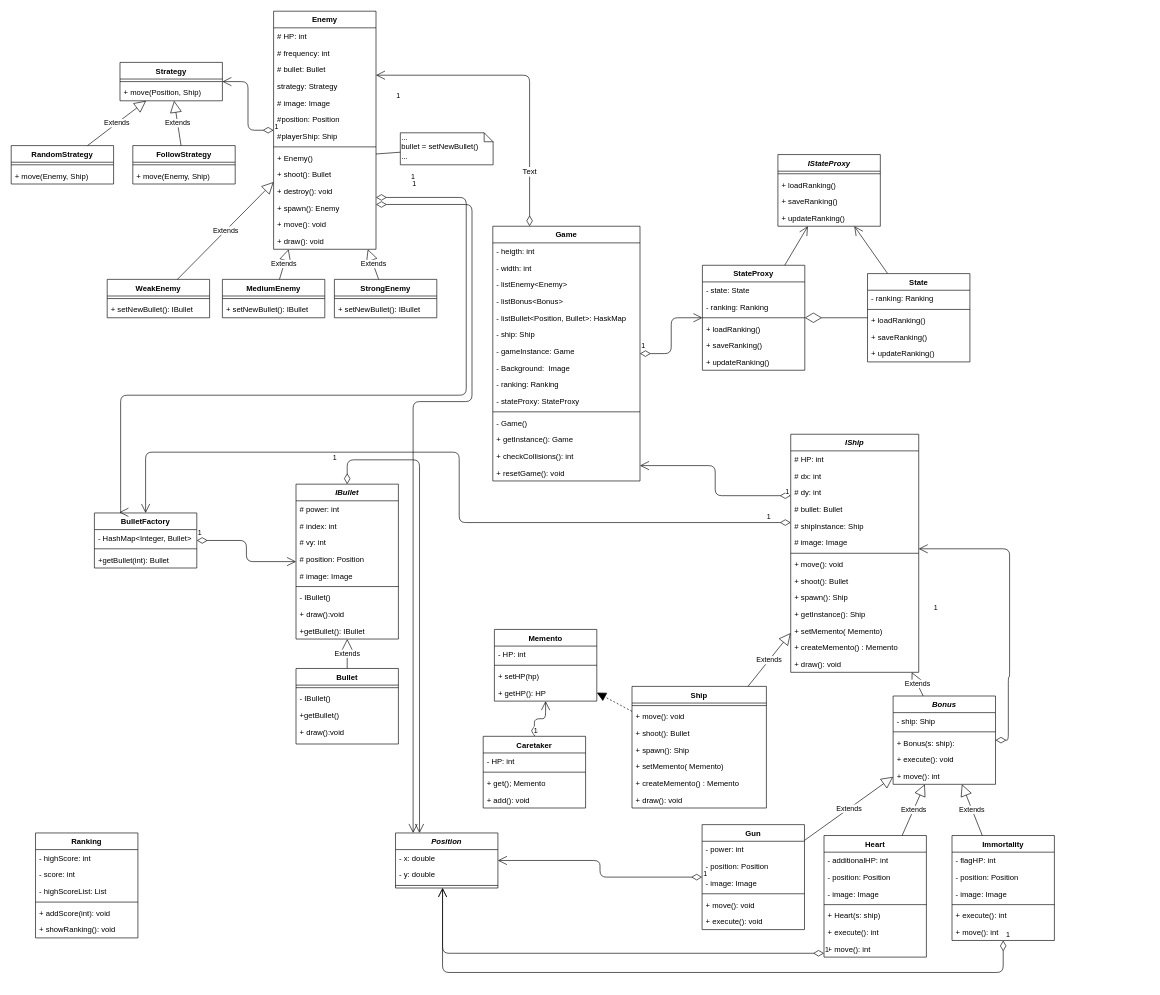
This is page "Strona-3" (3 of 4) of ZTP - diagramy wzorców.drawio from MichalGawedzki/ZTP-statki, a draw.io file, before an edit. Source tidied: cells renumbered, new cells numbered last; positions are measured from the earlier drawing's top-left corner, leaving out a move shared by most shapes. Both pictures are drawn from the tidied source at 64%, with x=0, y=0 at pixel (11, 11).
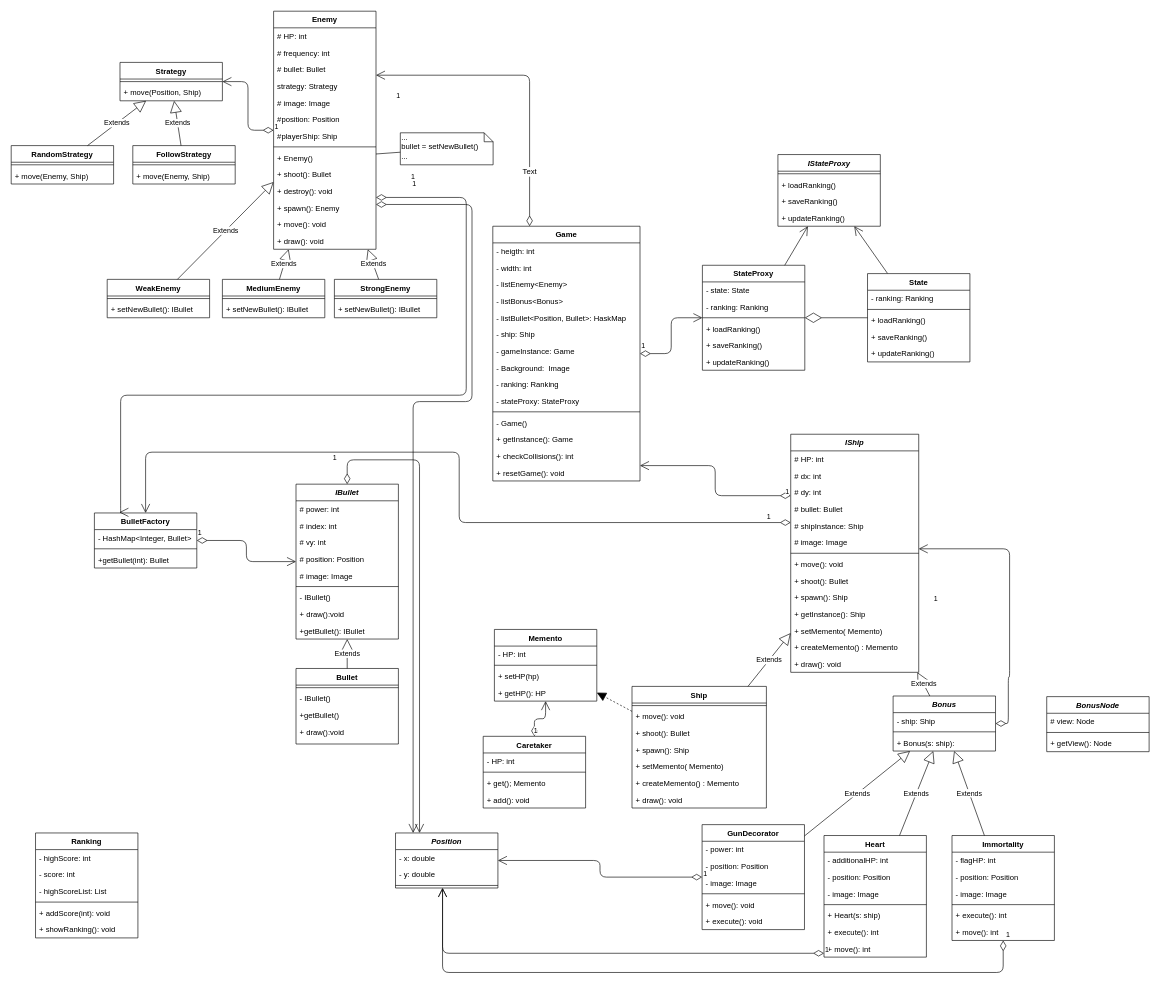
After the change.

What changed in the source:
```diff
@@
-    <mxCell id="10" value="Gun" style="swimlane;fontStyle=1;align=center;verticalAlign=top;horizontal=1;startSize=26;" parent="1" vertex="1">
+    <mxCell id="10" value="GunDecorator" style="swimlane;fontStyle=1;align=center;verticalAlign=top;horizontal=1;startSize=26;" parent="1" vertex="1">
       <mxGeometry x="1079.5" y="1271" width="160" height="164" as="geometry" />
     </mxCell>
@@
     <mxCell id="17" value="Bonus" style="swimlane;fontStyle=3;align=center;verticalAlign=top;horizontal=1;startSize=26;" parent="1" vertex="1">
-      <mxGeometry x="1378" y="1070" width="160" height="138" as="geometry" />
+      <mxGeometry x="1378" y="1070" width="160" height="86" as="geometry" />
     </mxCell>
@@
-    <mxCell id="21" value="+ execute(): void" style="text;strokeColor=none;fillColor=none;align=left;verticalAlign=top;spacingLeft=4;spacingRight=4;overflow=hidden;" parent="17" vertex="1">
-      <mxGeometry y="86" width="160" height="26" as="geometry" />
-    </mxCell>
-    <mxCell id="22" value="+ move(): int" style="text;strokeColor=none;fillColor=none;align=left;verticalAlign=top;spacingLeft=4;spacingRight=4;overflow=hidden;" parent="17" vertex="1">
-      <mxGeometry y="112" width="160" height="26" as="geometry" />
-    </mxCell>
@@
+    <mxCell id="192" value="BonusNode" style="swimlane;fontStyle=3;align=center;verticalAlign=top;horizontal=1;startSize=26;" parent="1" vertex="1">
+      <mxGeometry x="1618" y="1071" width="160" height="86" as="geometry" />
+    </mxCell>
+    <mxCell id="193" value="# view: Node" style="text;strokeColor=none;fillColor=none;align=left;verticalAlign=top;spacingLeft=4;spacingRight=4;overflow=hidden;" parent="192" vertex="1">
+      <mxGeometry y="26" width="160" height="26" as="geometry" />
+    </mxCell>
+    <mxCell id="194" style="line;strokeWidth=1;fillColor=none;align=left;verticalAlign=middle;spacingTop=-1;spacingLeft=3;spacingRight=3;labelPosition=right;" parent="192" vertex="1">
+      <mxGeometry y="52" width="160" height="8" as="geometry" />
+    </mxCell>
+    <mxCell id="195" value="+ getView(): Node" style="text;strokeColor=none;fillColor=none;align=left;verticalAlign=top;spacingLeft=4;spacingRight=4;overflow=hidden;" parent="192" vertex="1">
+      <mxGeometry y="60" width="160" height="26" as="geometry" />
+    </mxCell>
```
